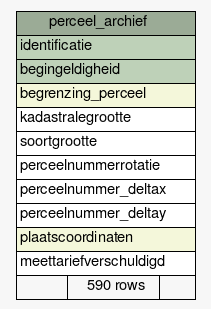
The Graphviz diagram datamodel/schemaspy/brk/diagrams/summary/perceel_archief.1degree.png in B3Partners/brmo, before a commit. Its source is kept beside it as datamodel/schemaspy/brk/diagrams/summary/perceel_archief.1degree.dot.
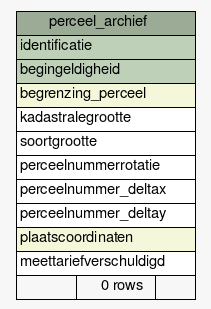
After the change.

What changed in the source:
```diff
@@ -29,7 +29,7 @@
       <TR><TD PORT="perceelnummer_deltay" COLSPAN="3" ALIGN="LEFT">perceelnummer_deltay</TD></TR>
       <TR><TD PORT="plaatscoordinaten" COLSPAN="3" BGCOLOR="#f4f7da" ALIGN="LEFT">plaatscoordinaten</TD></TR>
       <TR><TD PORT="meettariefverschuldigd" COLSPAN="3" ALIGN="LEFT">meettariefverschuldigd</TD></TR>
-      <TR><TD ALIGN="LEFT" BGCOLOR="#f7f7f7">  </TD><TD ALIGN="RIGHT" BGCOLOR="#f7f7f7">590 rows</TD><TD ALIGN="RIGHT" BGCOLOR="#f7f7f7">  </TD></TR>
+      <TR><TD ALIGN="LEFT" BGCOLOR="#f7f7f7">  </TD><TD ALIGN="RIGHT" BGCOLOR="#f7f7f7">0 rows</TD><TD ALIGN="RIGHT" BGCOLOR="#f7f7f7">  </TD></TR>
     </TABLE>>
     URL="tables/perceel_archief.html"
     tooltip="perceel_archief"
```
